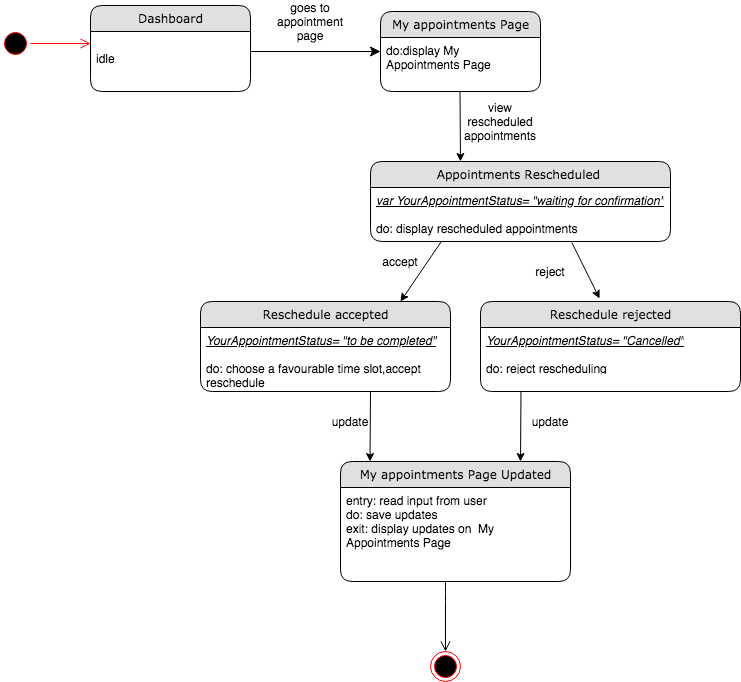
This is Diagrams/State Chart Diagrams FINAL/ST_08  ACCEPT,REJECT RESCHEDULING.png from kkasharaj17/SE-project, a draw.io export, as it was before one commit. Source tidied: cells renumbered, new cells last; positions are measured from the earlier drawing's top-left corner, leaving out a move shared by most shapes.
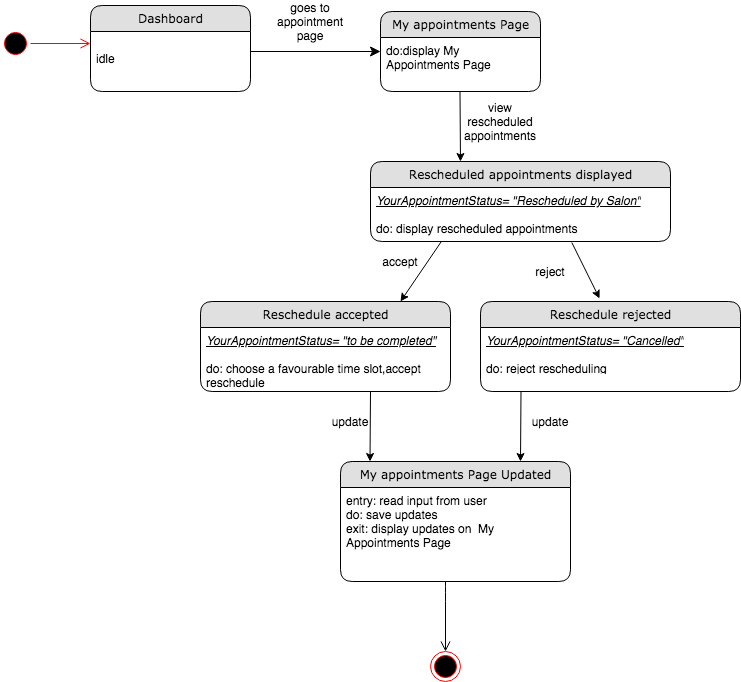
After the commit.

The edit, as a diff of the source:
```diff
@@ -97,10 +97,10 @@
     <mxCell id="24" value="reject" style="text;html=1;strokeColor=none;fillColor=none;align=center;verticalAlign=middle;whiteSpace=wrap;rounded=0;" parent="1" vertex="1">
       <mxGeometry x="530" y="256" width="40" height="20" as="geometry" />
     </mxCell>
-    <mxCell id="25" value="Appointments Rescheduled&amp;nbsp;" style="swimlane;html=1;fontStyle=0;horizontal=1;startSize=26;fillColor=#e0e0e0;swimlaneFillColor=#ffffff;align=center;rounded=1;shadow=0;comic=0;labelBackgroundColor=none;strokeWidth=1;fontFamily=Verdana;fontSize=12;" parent="1" vertex="1">
+    <mxCell id="25" value="Rescheduled appointments displayed" style="swimlane;html=1;fontStyle=0;horizontal=1;startSize=26;fillColor=#e0e0e0;swimlaneFillColor=#ffffff;align=center;rounded=1;shadow=0;comic=0;labelBackgroundColor=none;strokeWidth=1;fontFamily=Verdana;fontSize=12;" parent="1" vertex="1">
       <mxGeometry x="370" y="156" width="300" height="80" as="geometry" />
     </mxCell>
-    <mxCell id="26" value="&lt;i&gt;&lt;u&gt;var YourAppointmentStatus= &quot;waiting for confirmation&quot;&lt;/u&gt;&lt;/i&gt;&lt;br&gt;&lt;br&gt;do: display rescheduled appointments" style="text;html=1;strokeColor=none;fillColor=none;spacingLeft=4;spacingRight=4;whiteSpace=wrap;overflow=hidden;points=[[0,0.5],[1,0.5]];portConstraint=eastwest;" parent="25" vertex="1">
+    <mxCell id="26" value="&lt;i&gt;&lt;u&gt;YourAppointmentStatus= &quot;Rescheduled by Salon&quot;&lt;/u&gt;&lt;/i&gt;&lt;br&gt;&lt;br&gt;do: display rescheduled appointments" style="text;html=1;strokeColor=none;fillColor=none;spacingLeft=4;spacingRight=4;whiteSpace=wrap;overflow=hidden;points=[[0,0.5],[1,0.5]];portConstraint=eastwest;" parent="25" vertex="1">
       <mxGeometry y="26" width="300" height="54" as="geometry" />
     </mxCell>
     <mxCell id="27" value="My appointments Page Updated" style="swimlane;html=1;fontStyle=0;horizontal=1;startSize=26;fillColor=#e0e0e0;swimlaneFillColor=#ffffff;align=center;rounded=1;shadow=0;comic=0;labelBackgroundColor=none;strokeWidth=1;fontFamily=Verdana;fontSize=12;" parent="1" vertex="1">
```
